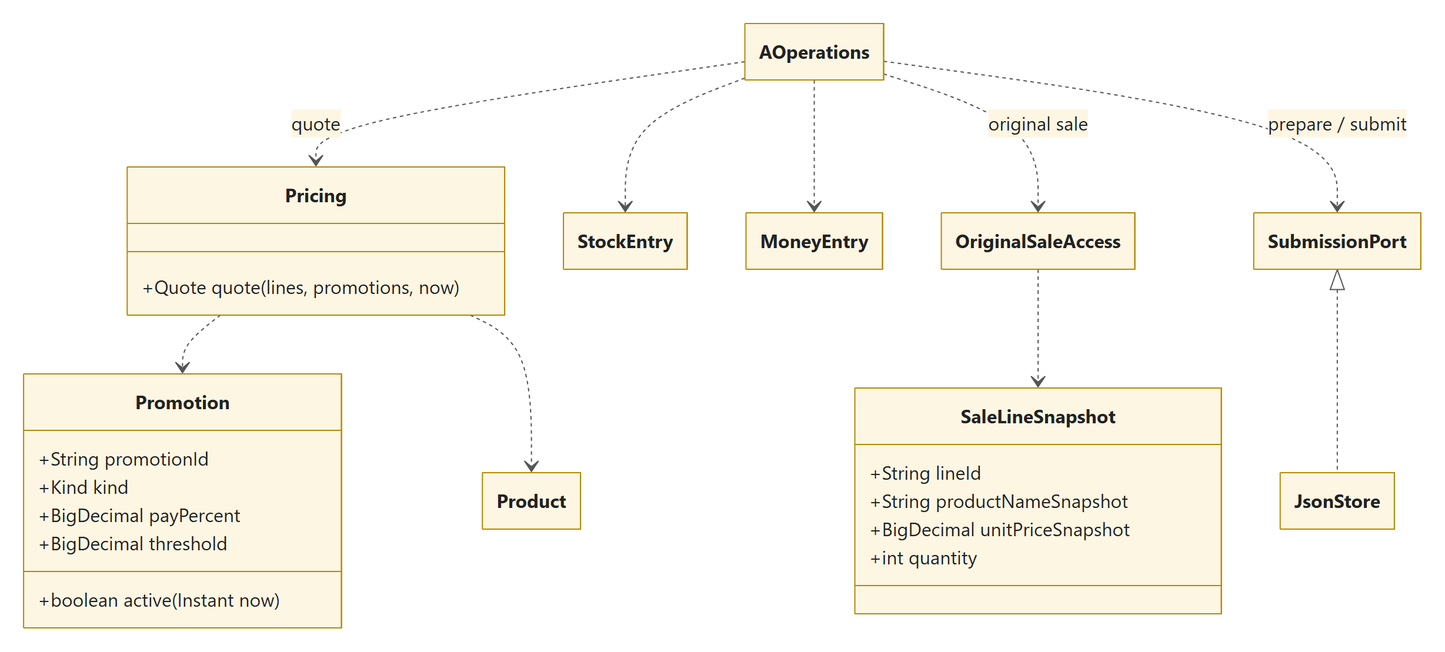
This is docs/design/report/02_sale_promotion.png from Noctis-SiKong/supermarket-management, a Mermaid export, as it was before one commit. Its source is kept beside it as docs/design/report/02_sale_promotion.mmd.
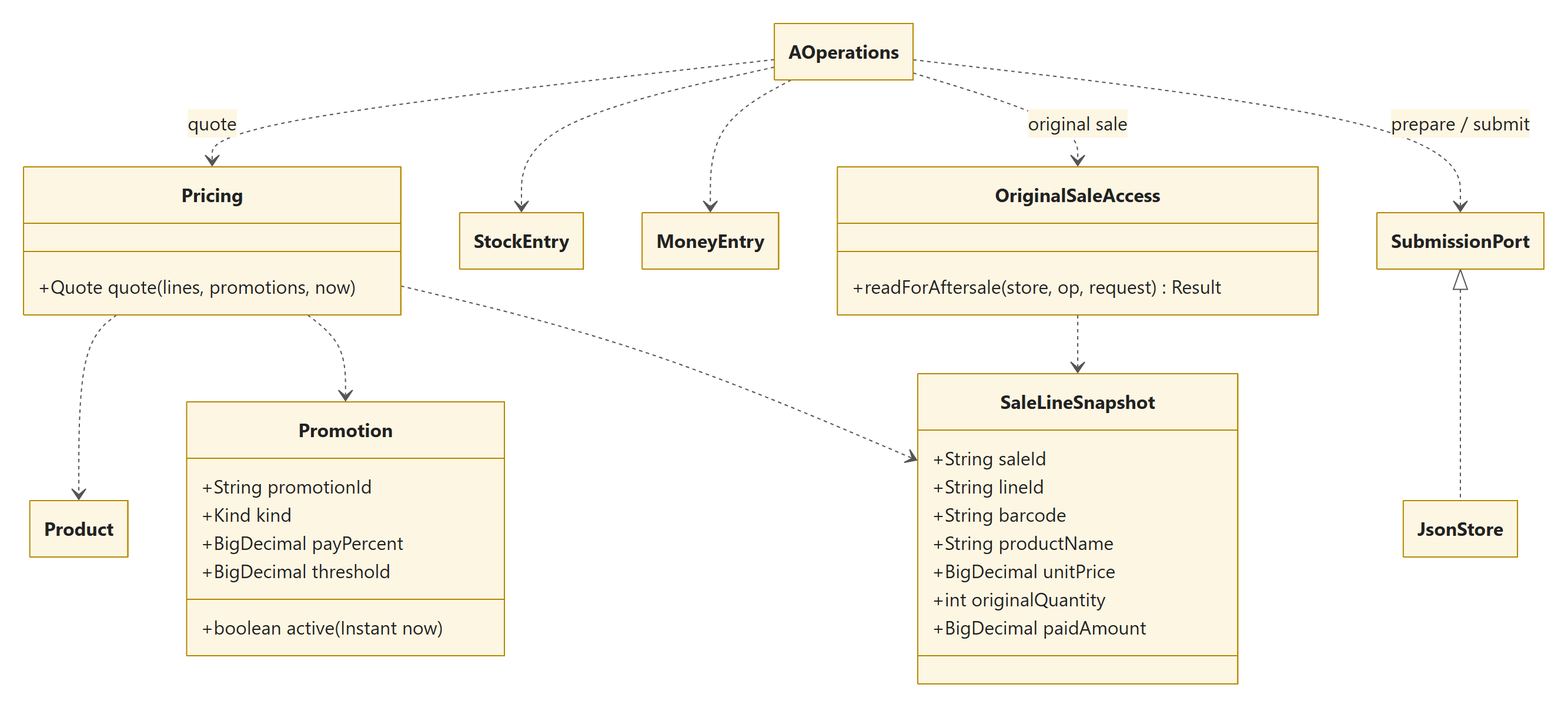
Above is the later version.

The edit, as a diff of the source:
```diff
@@ -2,13 +2,9 @@
 direction TB
 
 class AOperations
-class Product
-class OriginalSaleAccess
-class StockEntry
-class MoneyEntry
-class SubmissionPort
-class JsonStore
-
+class Pricing {
+    +Quote quote(lines, promotions, now)
+}
 class Promotion {
     +String promotionId
     +Kind kind
@@ -16,25 +12,31 @@
     +BigDecimal threshold
     +boolean active(Instant now)
 }
-
-class Pricing {
-    +Quote quote(lines, promotions, now)
+class Product
+class StockEntry
+class MoneyEntry
+class OriginalSaleAccess {
+    +readForAftersale(store, op, request) Result
 }
-
 class SaleLineSnapshot {
+    +String saleId
     +String lineId
-    +String productNameSnapshot
-    +BigDecimal unitPriceSnapshot
-    +int quantity
+    +String barcode
+    +String productName
+    +BigDecimal unitPrice
+    +int originalQuantity
+    +BigDecimal paidAmount
 }
-
+class SubmissionPort
+class JsonStore
 
 AOperations ..> Pricing : quote
-Pricing ..> Promotion
-Pricing ..> Product
-AOperations ..> OriginalSaleAccess : original sale
-OriginalSaleAccess ..> SaleLineSnapshot
 AOperations ..> StockEntry
 AOperations ..> MoneyEntry
+AOperations ..> OriginalSaleAccess : original sale
 AOperations ..> SubmissionPort : prepare / submit
+Pricing ..> Product
+Pricing ..> Promotion
+Pricing ..> SaleLineSnapshot
+OriginalSaleAccess ..> SaleLineSnapshot
 SubmissionPort <|.. JsonStore
```
